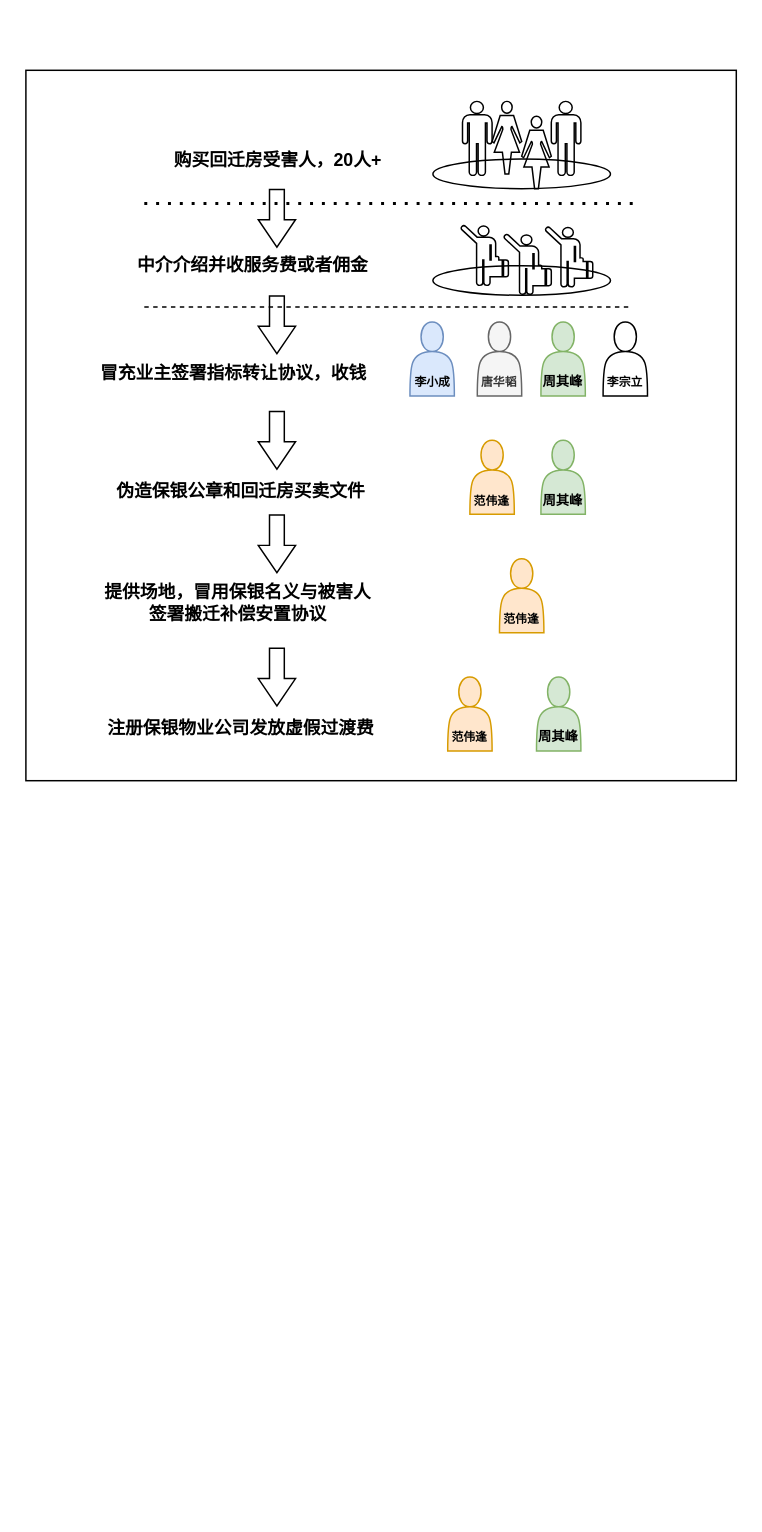
This is 未命名绘图.drawio from Yang-Alan/senceEPC_UI, a draw.io file, before an edit. Source tidied: cells renumbered, new cells numbered last; positions are measured from the earlier drawing's top-left corner, leaving out a move shared by most shapes. Both pictures are drawn from the tidied source at 148%, with x=0, y=0 at pixel (25, 70).
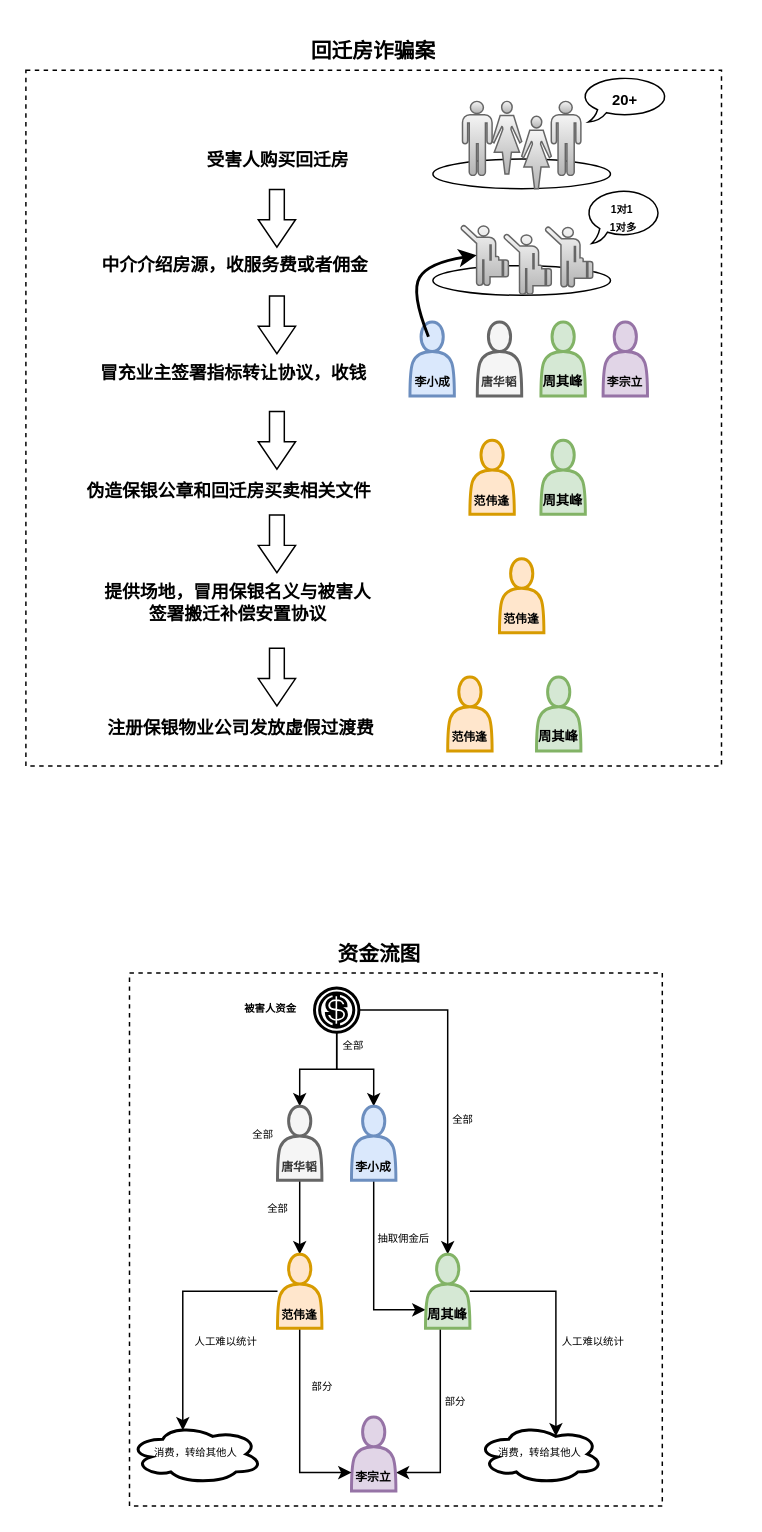
The same page after the edit.

Commit message:
更新未命名绘图.drawio

Diff of the diagram source:
```diff
@@
+    <mxCell id="34" style="whiteSpace=wrap;html=1;strokeColor=default;strokeWidth=1;fontSize=7;fontColor=default;fillColor=none;dashed=1;" parent="1" vertex="1">
+      <mxGeometry x="70" y="610" width="360" height="360" as="geometry" />
+    </mxCell>
+    <mxCell id="12" style="ellipse;whiteSpace=wrap;html=1;" parent="1" vertex="1">
+      <mxGeometry x="275" y="132" width="120" height="20" as="geometry" />
+    </mxCell>
-    <mxCell id="2" style="whiteSpace=wrap;html=1;strokeColor=default;fontSize=10;fillColor=none;" parent="1" vertex="1">
-      <mxGeometry width="480" height="480" as="geometry" />
+    <mxCell id="2" style="whiteSpace=wrap;html=1;strokeColor=default;fontSize=10;fillColor=none;dashed=1;" parent="1" vertex="1">
+      <mxGeometry width="470" height="470" as="geometry" />
     </mxCell>
@@
-    <mxCell id="4" value="&lt;b&gt;购买回迁房受害人，20人+&lt;/b&gt;" style="text;html=1;align=center;verticalAlign=middle;strokeColor=none;fillColor=none;" parent="1" vertex="1">
-      <mxGeometry x="90" y="45.5" width="160" height="30" as="geometry" />
+    <mxCell id="4" value="&lt;b&gt;受害人&lt;/b&gt;&lt;b style=&quot;border-color: var(--border-color);&quot;&gt;购买回迁房&lt;/b&gt;&lt;b&gt;&lt;br&gt;&lt;/b&gt;" style="text;html=1;align=center;verticalAlign=middle;strokeColor=none;fillColor=none;" parent="1" vertex="1">
+      <mxGeometry x="110" y="45.5" width="120" height="30" as="geometry" />
     </mxCell>
-    <mxCell id="5" value="&lt;b&gt;中介介绍并收服务费或者佣金&lt;/b&gt;" style="text;html=1;align=center;verticalAlign=middle;strokeColor=none;fillColor=none;" parent="1" vertex="1">
-      <mxGeometry x="63" y="117" width="180" height="30" as="geometry" />
+    <mxCell id="5" value="&lt;b&gt;中介介绍房源，收服务费或者佣金&lt;/b&gt;" style="text;html=1;align=center;verticalAlign=middle;strokeColor=none;fillColor=none;" parent="1" vertex="1">
+      <mxGeometry x="41" y="117" width="200" height="30" as="geometry" />
     </mxCell>
-    <mxCell id="6" style="shape=mxgraph.signs.people.man_1;html=1;fillColor=none;strokeColor=default;verticalLabelPosition=bottom;verticalAlign=top;align=center;sketch=0;" parent="1" vertex="1">
+    <mxCell id="6" style="shape=mxgraph.signs.people.man_1;html=1;fillColor=#f5f5f5;strokeColor=#666666;verticalLabelPosition=bottom;verticalAlign=top;align=center;sketch=0;gradientColor=#b3b3b3;" parent="1" vertex="1">
       <mxGeometry x="295" y="21" width="20" height="50" as="geometry" />
     </mxCell>
-    <mxCell id="7" style="shape=mxgraph.signs.people.woman_2;html=1;fillColor=none;strokeColor=default;verticalLabelPosition=bottom;verticalAlign=top;align=center;sketch=0;" parent="1" vertex="1">
+    <mxCell id="7" style="shape=mxgraph.signs.people.woman_2;html=1;fillColor=#f5f5f5;strokeColor=#666666;verticalLabelPosition=bottom;verticalAlign=top;align=center;sketch=0;gradientColor=#b3b3b3;" parent="1" vertex="1">
       <mxGeometry x="315" y="21" width="20" height="49" as="geometry" />
     </mxCell>
-    <mxCell id="8" style="shape=mxgraph.signs.people.woman_2;html=1;fillColor=none;strokeColor=default;verticalLabelPosition=bottom;verticalAlign=top;align=center;sketch=0;" parent="1" vertex="1">
+    <mxCell id="8" style="shape=mxgraph.signs.people.woman_2;html=1;fillColor=#f5f5f5;strokeColor=#666666;verticalLabelPosition=bottom;verticalAlign=top;align=center;sketch=0;gradientColor=#b3b3b3;" parent="1" vertex="1">
       <mxGeometry x="335" y="31" width="20" height="49" as="geometry" />
     </mxCell>
-    <mxCell id="9" style="shape=mxgraph.signs.people.man_1;html=1;fillColor=none;strokeColor=default;verticalLabelPosition=bottom;verticalAlign=top;align=center;sketch=0;" parent="1" vertex="1">
+    <mxCell id="9" style="shape=mxgraph.signs.people.man_1;html=1;fillColor=#f5f5f5;strokeColor=#666666;verticalLabelPosition=bottom;verticalAlign=top;align=center;sketch=0;gradientColor=#b3b3b3;" parent="1" vertex="1">
       <mxGeometry x="355" y="21" width="20" height="50" as="geometry" />
     </mxCell>
-    <mxCell id="10" value="&lt;b&gt;&lt;br&gt;&lt;br&gt;&lt;font style=&quot;font-size: 8px;&quot;&gt;李小成&lt;/font&gt;&lt;/b&gt;" style="shape=actor;whiteSpace=wrap;html=1;fillColor=#dae8fc;strokeColor=#6c8ebf;" parent="1" vertex="1">
+    <mxCell id="10" value="&lt;b&gt;&lt;br&gt;&lt;br&gt;&lt;font style=&quot;font-size: 8px;&quot;&gt;李小成&lt;/font&gt;&lt;/b&gt;" style="shape=actor;whiteSpace=wrap;html=1;fillColor=#dae8fc;strokeColor=#6c8ebf;strokeWidth=2;" parent="1" vertex="1">
       <mxGeometry x="259.5" y="170" width="30" height="50" as="geometry" />
     </mxCell>
-    <mxCell id="11" value="&lt;font style=&quot;font-size: 9px;&quot;&gt;&lt;b&gt;&lt;br&gt;&lt;br&gt;周其峰&lt;/b&gt;&lt;/font&gt;" style="shape=actor;whiteSpace=wrap;html=1;fillColor=#d5e8d4;strokeColor=#82b366;" parent="1" vertex="1">
+    <mxCell id="11" value="&lt;font style=&quot;font-size: 9px;&quot;&gt;&lt;b&gt;&lt;br&gt;&lt;br&gt;周其峰&lt;/b&gt;&lt;/font&gt;" style="shape=actor;whiteSpace=wrap;html=1;fillColor=#d5e8d4;strokeColor=#82b366;strokeWidth=2;" parent="1" vertex="1">
       <mxGeometry x="348" y="170" width="30" height="50" as="geometry" />
     </mxCell>
-    <mxCell id="12" style="ellipse;whiteSpace=wrap;html=1;" parent="1" vertex="1">
-      <mxGeometry x="275" y="132" width="120" height="20" as="geometry" />
-    </mxCell>
-    <mxCell id="13" value="&lt;b&gt;&lt;br&gt;&lt;br&gt;&lt;font style=&quot;font-size: 8px;&quot;&gt;李宗立&lt;/font&gt;&lt;/b&gt;" style="shape=actor;whiteSpace=wrap;html=1;" parent="1" vertex="1">
+    <mxCell id="13" value="&lt;b&gt;&lt;br&gt;&lt;br&gt;&lt;font style=&quot;font-size: 8px;&quot;&gt;李宗立&lt;/font&gt;&lt;/b&gt;" style="shape=actor;whiteSpace=wrap;html=1;fillColor=#e1d5e7;strokeColor=#9673a6;strokeWidth=2;" parent="1" vertex="1">
       <mxGeometry x="390" y="170" width="30" height="50" as="geometry" />
     </mxCell>
-    <mxCell id="14" value="&lt;b&gt;&lt;br&gt;&lt;br&gt;&lt;font style=&quot;font-size: 8px;&quot;&gt;范伟逢&lt;/font&gt;&lt;/b&gt;" style="shape=actor;whiteSpace=wrap;html=1;fillColor=#ffe6cc;strokeColor=#d79b00;" parent="1" vertex="1">
+    <mxCell id="14" value="&lt;b&gt;&lt;br&gt;&lt;br&gt;&lt;font style=&quot;font-size: 8px;&quot;&gt;范伟逢&lt;/font&gt;&lt;/b&gt;" style="shape=actor;whiteSpace=wrap;html=1;fillColor=#ffe6cc;strokeColor=#d79b00;strokeWidth=2;" parent="1" vertex="1">
       <mxGeometry x="300" y="250" width="30" height="50" as="geometry" />
     </mxCell>
-    <mxCell id="15" style="shape=mxgraph.signs.travel.arriving_flights;html=1;fillColor=none;strokeColor=default;verticalLabelPosition=bottom;verticalAlign=top;align=center;sketch=0;" parent="1" vertex="1">
+    <mxCell id="15" style="shape=mxgraph.signs.travel.arriving_flights;html=1;fillColor=#f5f5f5;strokeColor=#666666;verticalLabelPosition=bottom;verticalAlign=top;align=center;sketch=0;gradientColor=#b3b3b3;" parent="1" vertex="1">
       <mxGeometry x="293" y="104" width="33" height="42" as="geometry" />
     </mxCell>
-    <mxCell id="16" style="shape=mxgraph.signs.travel.arriving_flights;html=1;fillColor=none;strokeColor=default;verticalLabelPosition=bottom;verticalAlign=top;align=center;sketch=0;" parent="1" vertex="1">
+    <mxCell id="16" style="shape=mxgraph.signs.travel.arriving_flights;html=1;fillColor=#f5f5f5;strokeColor=#666666;verticalLabelPosition=bottom;verticalAlign=top;align=center;sketch=0;gradientColor=#b3b3b3;" parent="1" vertex="1">
       <mxGeometry x="322" y="110" width="33" height="42" as="geometry" />
     </mxCell>
-    <mxCell id="17" style="shape=mxgraph.signs.travel.arriving_flights;html=1;fillColor=none;strokeColor=default;verticalLabelPosition=bottom;verticalAlign=top;align=center;sketch=0;" parent="1" vertex="1">
+    <mxCell id="17" style="shape=mxgraph.signs.travel.arriving_flights;html=1;fillColor=#f5f5f5;strokeColor=#666666;verticalLabelPosition=bottom;verticalAlign=top;align=center;sketch=0;gradientColor=#b3b3b3;" parent="1" vertex="1">
       <mxGeometry x="350" y="105" width="33" height="42" as="geometry" />
     </mxCell>
@@
-    <mxCell id="19" value="&lt;b&gt;&lt;br&gt;&lt;br&gt;&lt;font style=&quot;font-size: 8px;&quot;&gt;唐华韬&lt;/font&gt;&lt;/b&gt;" style="shape=actor;whiteSpace=wrap;html=1;fillColor=#f5f5f5;strokeColor=#666666;fontColor=#333333;" parent="1" vertex="1">
+    <mxCell id="19" value="&lt;b&gt;&lt;br&gt;&lt;br&gt;&lt;font style=&quot;font-size: 8px;&quot;&gt;唐华韬&lt;/font&gt;&lt;/b&gt;" style="shape=actor;whiteSpace=wrap;html=1;fillColor=#f5f5f5;strokeColor=#666666;fontColor=#333333;strokeWidth=2;" parent="1" vertex="1">
       <mxGeometry x="305" y="170" width="30" height="50" as="geometry" />
     </mxCell>
@@
-    <mxCell id="21" value="&lt;b&gt;伪造保银公章和回迁房买卖文件&lt;/b&gt;" style="text;html=1;align=center;verticalAlign=middle;strokeColor=none;fillColor=none;" parent="1" vertex="1">
-      <mxGeometry x="50" y="270" width="190" height="30" as="geometry" />
+    <mxCell id="21" value="&lt;b&gt;伪造保银公章和回迁房买卖相关文件&lt;/b&gt;" style="text;html=1;align=center;verticalAlign=middle;strokeColor=none;fillColor=none;" parent="1" vertex="1">
+      <mxGeometry x="27" y="270" width="220" height="30" as="geometry" />
     </mxCell>
-    <mxCell id="22" value="&lt;font style=&quot;font-size: 9px;&quot;&gt;&lt;b&gt;&lt;br&gt;&lt;br&gt;周其峰&lt;/b&gt;&lt;/font&gt;" style="shape=actor;whiteSpace=wrap;html=1;fillColor=#d5e8d4;strokeColor=#82b366;" parent="1" vertex="1">
+    <mxCell id="22" value="&lt;font style=&quot;font-size: 9px;&quot;&gt;&lt;b&gt;&lt;br&gt;&lt;br&gt;周其峰&lt;/b&gt;&lt;/font&gt;" style="shape=actor;whiteSpace=wrap;html=1;fillColor=#d5e8d4;strokeColor=#82b366;strokeWidth=2;" parent="1" vertex="1">
       <mxGeometry x="348" y="250" width="30" height="50" as="geometry" />
     </mxCell>
-    <mxCell id="23" value="&lt;b&gt;&lt;br&gt;&lt;br&gt;&lt;font style=&quot;font-size: 8px;&quot;&gt;范伟逢&lt;/font&gt;&lt;/b&gt;" style="shape=actor;whiteSpace=wrap;html=1;fillColor=#ffe6cc;strokeColor=#d79b00;" parent="1" vertex="1">
+    <mxCell id="23" value="&lt;b&gt;&lt;br&gt;&lt;br&gt;&lt;font style=&quot;font-size: 8px;&quot;&gt;范伟逢&lt;/font&gt;&lt;/b&gt;" style="shape=actor;whiteSpace=wrap;html=1;fillColor=#ffe6cc;strokeColor=#d79b00;strokeWidth=2;" parent="1" vertex="1">
       <mxGeometry x="320" y="330" width="30" height="50" as="geometry" />
     </mxCell>
@@
-    <mxCell id="26" value="&lt;b&gt;&lt;br&gt;&lt;br&gt;&lt;font style=&quot;font-size: 8px;&quot;&gt;范伟逢&lt;/font&gt;&lt;/b&gt;" style="shape=actor;whiteSpace=wrap;html=1;fillColor=#ffe6cc;strokeColor=#d79b00;" parent="1" vertex="1">
+    <mxCell id="26" value="&lt;b&gt;&lt;br&gt;&lt;br&gt;&lt;font style=&quot;font-size: 8px;&quot;&gt;范伟逢&lt;/font&gt;&lt;/b&gt;" style="shape=actor;whiteSpace=wrap;html=1;fillColor=#ffe6cc;strokeColor=#d79b00;strokeWidth=2;" parent="1" vertex="1">
       <mxGeometry x="285" y="410" width="30" height="50" as="geometry" />
     </mxCell>
-    <mxCell id="27" value="&lt;font style=&quot;font-size: 9px;&quot;&gt;&lt;b&gt;&lt;br&gt;&lt;br&gt;周其峰&lt;/b&gt;&lt;/font&gt;" style="shape=actor;whiteSpace=wrap;html=1;fillColor=#d5e8d4;strokeColor=#82b366;" parent="1" vertex="1">
+    <mxCell id="27" value="&lt;font style=&quot;font-size: 9px;&quot;&gt;&lt;b&gt;&lt;br&gt;&lt;br&gt;周其峰&lt;/b&gt;&lt;/font&gt;" style="shape=actor;whiteSpace=wrap;html=1;fillColor=#d5e8d4;strokeColor=#82b366;strokeWidth=2;" parent="1" vertex="1">
       <mxGeometry x="345" y="410" width="30" height="50" as="geometry" />
     </mxCell>
@@
-    <mxCell id="32" style="endArrow=none;dashed=1;html=1;dashPattern=1 3;strokeWidth=2;rounded=0;fontSize=10;" parent="1" edge="1">
-      <mxGeometry relative="1" as="geometry">
-        <mxPoint x="80" y="90" as="sourcePoint" />
-        <mxPoint x="410" y="90" as="targetPoint" />
-      </mxGeometry>
-    </mxCell>
-    <mxCell id="33" style="endArrow=none;dashed=1;html=1;rounded=0;fontSize=10;" parent="1" edge="1">
-      <mxGeometry relative="1" as="geometry">
-        <mxPoint x="80" y="160" as="sourcePoint" />
-        <mxPoint x="410" y="160" as="targetPoint" />
-      </mxGeometry>
-    </mxCell>
+    <mxCell id="35" value="&lt;b&gt;20+&lt;/b&gt;" style="whiteSpace=wrap;html=1;shape=mxgraph.basic.oval_callout;strokeColor=default;fontSize=10;fillColor=none;" parent="1" vertex="1">
+      <mxGeometry x="375" y="4" width="60" height="31" as="geometry" />
+    </mxCell>
+    <mxCell id="36" value="&lt;b&gt;&lt;font style=&quot;font-size: 7px;&quot;&gt;1对1&amp;nbsp;&lt;br&gt;1对多&lt;br&gt;&lt;/font&gt;&lt;/b&gt;" style="whiteSpace=wrap;html=1;shape=mxgraph.basic.oval_callout;strokeColor=default;fontSize=10;fillColor=none;" parent="1" vertex="1">
+      <mxGeometry x="378" y="80" width="52" height="37" as="geometry" />
+    </mxCell>
+    <mxCell id="37" style="curved=1;endArrow=classic;html=1;rounded=0;fontSize=7;strokeWidth=2;entryX=0.35;entryY=0.5;entryDx=0;entryDy=0;entryPerimeter=0;" parent="1" edge="1" target="15">
+      <mxGeometry relative="1" as="geometry">
+        <mxPoint x="272" y="180" as="sourcePoint" />
+        <Array as="points">
+          <mxPoint x="260" y="150" />
+          <mxPoint x="272" y="130" />
+        </Array>
+      </mxGeometry>
+    </mxCell>
+    <mxCell id="38" value="&lt;h1&gt;回迁房诈骗案&lt;/h1&gt;" style="text;html=1;strokeColor=none;fillColor=none;spacing=5;spacingTop=-20;whiteSpace=wrap;overflow=hidden;rounded=0;strokeWidth=2;fontSize=7;align=center;" parent="1" vertex="1">
+      <mxGeometry x="140" y="-20" width="190" height="20" as="geometry" />
+    </mxCell>
+    <mxCell id="39" style="edgeStyle=orthogonalEdgeStyle;rounded=0;jettySize=auto;html=1;entryX=0.5;entryY=0;entryDx=0;entryDy=0;strokeWidth=1;fontSize=7;fontColor=default;" parent="1" edge="1" source="42" target="50">
+      <mxGeometry relative="1" as="geometry" />
+    </mxCell>
+    <mxCell id="40" style="edgeStyle=orthogonalEdgeStyle;rounded=0;jettySize=auto;html=1;entryX=0.5;entryY=0;entryDx=0;entryDy=0;strokeWidth=1;fontSize=7;fontColor=default;" parent="1" edge="1" source="42" target="44">
+      <mxGeometry relative="1" as="geometry" />
+    </mxCell>
+    <mxCell id="41" style="edgeStyle=orthogonalEdgeStyle;rounded=0;jettySize=auto;html=1;entryX=0.5;entryY=0;entryDx=0;entryDy=0;strokeWidth=1;fontSize=7;fontColor=default;" parent="1" edge="1" source="42" target="47">
+      <mxGeometry relative="1" as="geometry" />
+    </mxCell>
+    <mxCell id="42" style="shape=mxgraph.signs.travel.cashier;html=1;fillColor=none;strokeColor=default;verticalLabelPosition=bottom;verticalAlign=top;align=center;sketch=0;strokeWidth=2;fontSize=7;fontColor=default;" parent="1" vertex="1">
+      <mxGeometry x="195" y="620" width="30" height="30" as="geometry" />
+    </mxCell>
+    <mxCell id="43" style="edgeStyle=orthogonalEdgeStyle;rounded=0;jettySize=auto;html=1;exitX=0.5;exitY=1;exitDx=0;exitDy=0;entryX=0;entryY=0.75;entryDx=0;entryDy=0;strokeWidth=1;fontSize=7;fontColor=default;" parent="1" edge="1" source="44" target="47">
+      <mxGeometry relative="1" as="geometry" />
+    </mxCell>
+    <mxCell id="44" value="&lt;b&gt;&lt;br&gt;&lt;br&gt;&lt;font style=&quot;font-size: 8px;&quot;&gt;李小成&lt;/font&gt;&lt;/b&gt;" style="shape=actor;whiteSpace=wrap;html=1;fillColor=#dae8fc;strokeColor=#6c8ebf;strokeWidth=2;" parent="1" vertex="1">
+      <mxGeometry x="220" y="700" width="30" height="50" as="geometry" />
+    </mxCell>
+    <mxCell id="45" style="edgeStyle=orthogonalEdgeStyle;rounded=0;jettySize=auto;html=1;entryX=1;entryY=0.75;entryDx=0;entryDy=0;strokeWidth=1;fontSize=7;fontColor=default;" parent="1" edge="1" source="47" target="48">
+      <mxGeometry relative="1" as="geometry">
+        <Array as="points">
+          <mxPoint x="280" y="948" />
+        </Array>
+      </mxGeometry>
+    </mxCell>
+    <mxCell id="46" style="edgeStyle=orthogonalEdgeStyle;rounded=0;jettySize=auto;html=1;entryX=0.625;entryY=0.2;entryDx=0;entryDy=0;entryPerimeter=0;strokeWidth=1;fontSize=7;fontColor=default;" parent="1" edge="1" source="47" target="62">
+      <mxGeometry relative="1" as="geometry" />
+    </mxCell>
+    <mxCell id="47" value="&lt;font style=&quot;font-size: 9px;&quot;&gt;&lt;b&gt;&lt;br&gt;&lt;br&gt;周其峰&lt;/b&gt;&lt;/font&gt;" style="shape=actor;whiteSpace=wrap;html=1;fillColor=#d5e8d4;strokeColor=#82b366;strokeWidth=2;" parent="1" vertex="1">
+      <mxGeometry x="270" y="800" width="30" height="50" as="geometry" />
+    </mxCell>
+    <mxCell id="48" value="&lt;b&gt;&lt;br&gt;&lt;br&gt;&lt;font style=&quot;font-size: 8px;&quot;&gt;李宗立&lt;/font&gt;&lt;/b&gt;" style="shape=actor;whiteSpace=wrap;html=1;fillColor=#e1d5e7;strokeColor=#9673a6;strokeWidth=2;" parent="1" vertex="1">
+      <mxGeometry x="220" y="910" width="30" height="50" as="geometry" />
+    </mxCell>
+    <mxCell id="49" style="edgeStyle=orthogonalEdgeStyle;rounded=0;jettySize=auto;html=1;entryX=0.5;entryY=0;entryDx=0;entryDy=0;strokeWidth=1;fontSize=7;fontColor=default;" parent="1" edge="1" source="50" target="53">
+      <mxGeometry relative="1" as="geometry" />
+    </mxCell>
+    <mxCell id="50" value="&lt;b&gt;&lt;br&gt;&lt;br&gt;&lt;font style=&quot;font-size: 8px;&quot;&gt;唐华韬&lt;/font&gt;&lt;/b&gt;" style="shape=actor;whiteSpace=wrap;html=1;fillColor=#f5f5f5;strokeColor=#666666;fontColor=#333333;strokeWidth=2;" parent="1" vertex="1">
+      <mxGeometry x="170" y="700" width="30" height="50" as="geometry" />
+    </mxCell>
+    <mxCell id="51" style="edgeStyle=orthogonalEdgeStyle;rounded=0;jettySize=auto;html=1;entryX=0;entryY=0.75;entryDx=0;entryDy=0;strokeWidth=1;fontSize=7;fontColor=default;" parent="1" edge="1" source="53" target="48">
+      <mxGeometry relative="1" as="geometry">
+        <Array as="points">
+          <mxPoint x="185" y="948" />
+        </Array>
+      </mxGeometry>
+    </mxCell>
+    <mxCell id="52" style="edgeStyle=orthogonalEdgeStyle;rounded=0;jettySize=auto;html=1;entryX=0.4;entryY=0.1;entryDx=0;entryDy=0;entryPerimeter=0;strokeWidth=1;fontSize=7;fontColor=default;" parent="1" edge="1" source="53" target="61">
+      <mxGeometry relative="1" as="geometry" />
+    </mxCell>
+    <mxCell id="53" value="&lt;b&gt;&lt;br&gt;&lt;br&gt;&lt;font style=&quot;font-size: 8px;&quot;&gt;范伟逢&lt;/font&gt;&lt;/b&gt;" style="shape=actor;whiteSpace=wrap;html=1;fillColor=#ffe6cc;strokeColor=#d79b00;strokeWidth=2;" parent="1" vertex="1">
+      <mxGeometry x="170" y="800" width="30" height="50" as="geometry" />
+    </mxCell>
+    <mxCell id="54" value="抽取佣金后" style="text;html=1;align=center;verticalAlign=middle;strokeColor=none;fillColor=none;fontSize=7;fontColor=default;" parent="1" vertex="1">
+      <mxGeometry x="225" y="780" width="60" height="20" as="geometry" />
+    </mxCell>
+    <mxCell id="55" value="全部" style="text;html=1;align=center;verticalAlign=middle;strokeColor=none;fillColor=none;fontSize=7;fontColor=default;" parent="1" vertex="1">
+      <mxGeometry x="275" y="700" width="40" height="20" as="geometry" />
+    </mxCell>
+    <mxCell id="56" value="全部" style="text;html=1;align=center;verticalAlign=middle;strokeColor=none;fillColor=none;fontSize=7;fontColor=default;" parent="1" vertex="1">
+      <mxGeometry x="201" y="650" width="40" height="20" as="geometry" />
+    </mxCell>
+    <mxCell id="57" value="全部" style="text;html=1;align=center;verticalAlign=middle;strokeColor=none;fillColor=none;fontSize=7;fontColor=default;" parent="1" vertex="1">
+      <mxGeometry x="140" y="710" width="40" height="20" as="geometry" />
+    </mxCell>
+    <mxCell id="58" value="全部" style="text;html=1;align=center;verticalAlign=middle;strokeColor=none;fillColor=none;fontSize=7;fontColor=default;" parent="1" vertex="1">
+      <mxGeometry x="150" y="760" width="40" height="20" as="geometry" />
+    </mxCell>
+    <mxCell id="59" value="部分" style="text;html=1;align=center;verticalAlign=middle;strokeColor=none;fillColor=none;fontSize=7;fontColor=default;" parent="1" vertex="1">
+      <mxGeometry x="270" y="890" width="40" height="20" as="geometry" />
+    </mxCell>
+    <mxCell id="60" value="部分" style="text;html=1;align=center;verticalAlign=middle;strokeColor=none;fillColor=none;fontSize=7;fontColor=default;" parent="1" vertex="1">
+      <mxGeometry x="180" y="880" width="40" height="20" as="geometry" />
+    </mxCell>
+    <mxCell id="61" value="消费，转给其他人" style="ellipse;shape=cloud;whiteSpace=wrap;html=1;strokeColor=default;strokeWidth=2;fontSize=7;fontColor=default;fillColor=none;" parent="1" vertex="1">
+      <mxGeometry x="70" y="915" width="90" height="40" as="geometry" />
+    </mxCell>
+    <mxCell id="62" value="消费，转给其他人" style="ellipse;shape=cloud;whiteSpace=wrap;html=1;strokeColor=default;strokeWidth=2;fontSize=7;fontColor=default;fillColor=none;" parent="1" vertex="1">
+      <mxGeometry x="305" y="915" width="85" height="40" as="geometry" />
+    </mxCell>
+    <mxCell id="63" value="人工难以统计" style="text;html=1;align=center;verticalAlign=middle;strokeColor=none;fillColor=none;fontSize=7;fontColor=default;" parent="1" vertex="1">
+      <mxGeometry x="348" y="850" width="70" height="20" as="geometry" />
+    </mxCell>
+    <mxCell id="64" value="人工难以统计" style="text;html=1;align=center;verticalAlign=middle;strokeColor=none;fillColor=none;fontSize=7;fontColor=default;" parent="1" vertex="1">
+      <mxGeometry x="100" y="850" width="70" height="20" as="geometry" />
+    </mxCell>
+    <mxCell id="65" value="&lt;b&gt;被害人资金&lt;/b&gt;" style="text;html=1;align=center;verticalAlign=middle;strokeColor=none;fillColor=none;fontSize=7;fontColor=default;" parent="1" vertex="1">
+      <mxGeometry x="135" y="625" width="60" height="20" as="geometry" />
+    </mxCell>
+    <mxCell id="66" value="&lt;h1&gt;资金流图&lt;/h1&gt;" style="text;html=1;strokeColor=none;fillColor=none;spacing=5;spacingTop=-20;whiteSpace=wrap;overflow=hidden;rounded=0;strokeWidth=2;fontSize=7;align=center;" parent="1" vertex="1">
+      <mxGeometry x="144" y="590" width="190" height="20" as="geometry" />
+    </mxCell>
```
